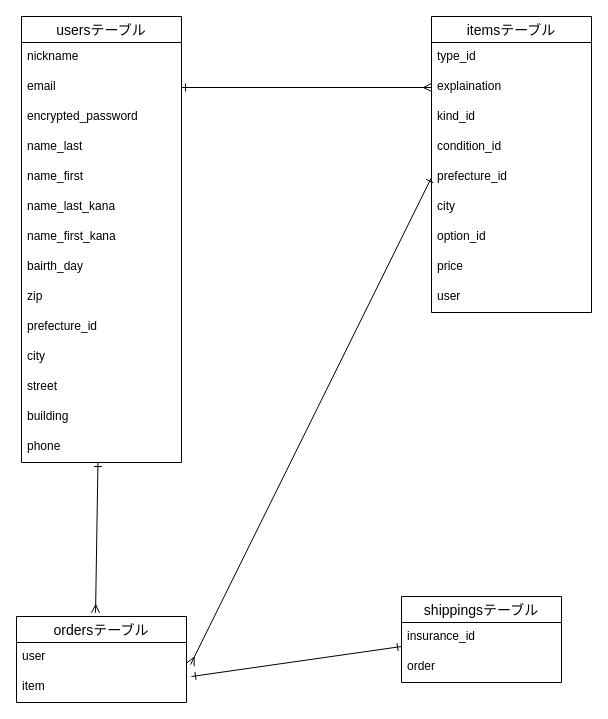
Earlier version of the draw.io diagram test.dio (sakuuuuuuuu/orijinal-app). Source tidied: cells renumbered, new cells numbered last; positions are measured from the earlier drawing's top-left corner, leaving out a move shared by most shapes. Both pictures are drawn from the tidied source at 100%, with x=0, y=0 at pixel (16, 16).
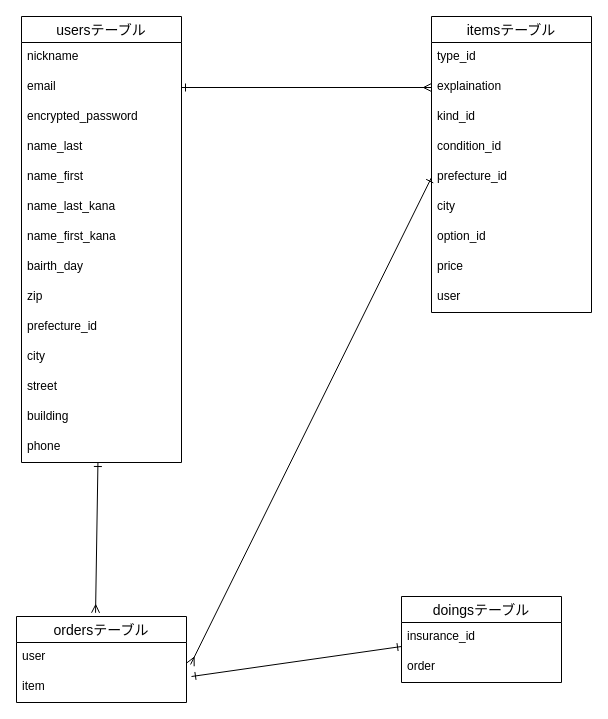
The same diagram, later.

What changed in the source:
```diff
@@
-    <mxCell id="28" value="shippingsテーブル" style="swimlane;fontStyle=0;horizontal=1;startSize=26;align=center;fontSize=14;" parent="1" vertex="1">
+    <mxCell id="28" value="doingsテーブル" style="swimlane;fontStyle=0;horizontal=1;startSize=26;align=center;fontSize=14;" parent="1" vertex="1">
       <mxGeometry x="385" y="580" width="160" height="86" as="geometry" />
     </mxCell>
```
